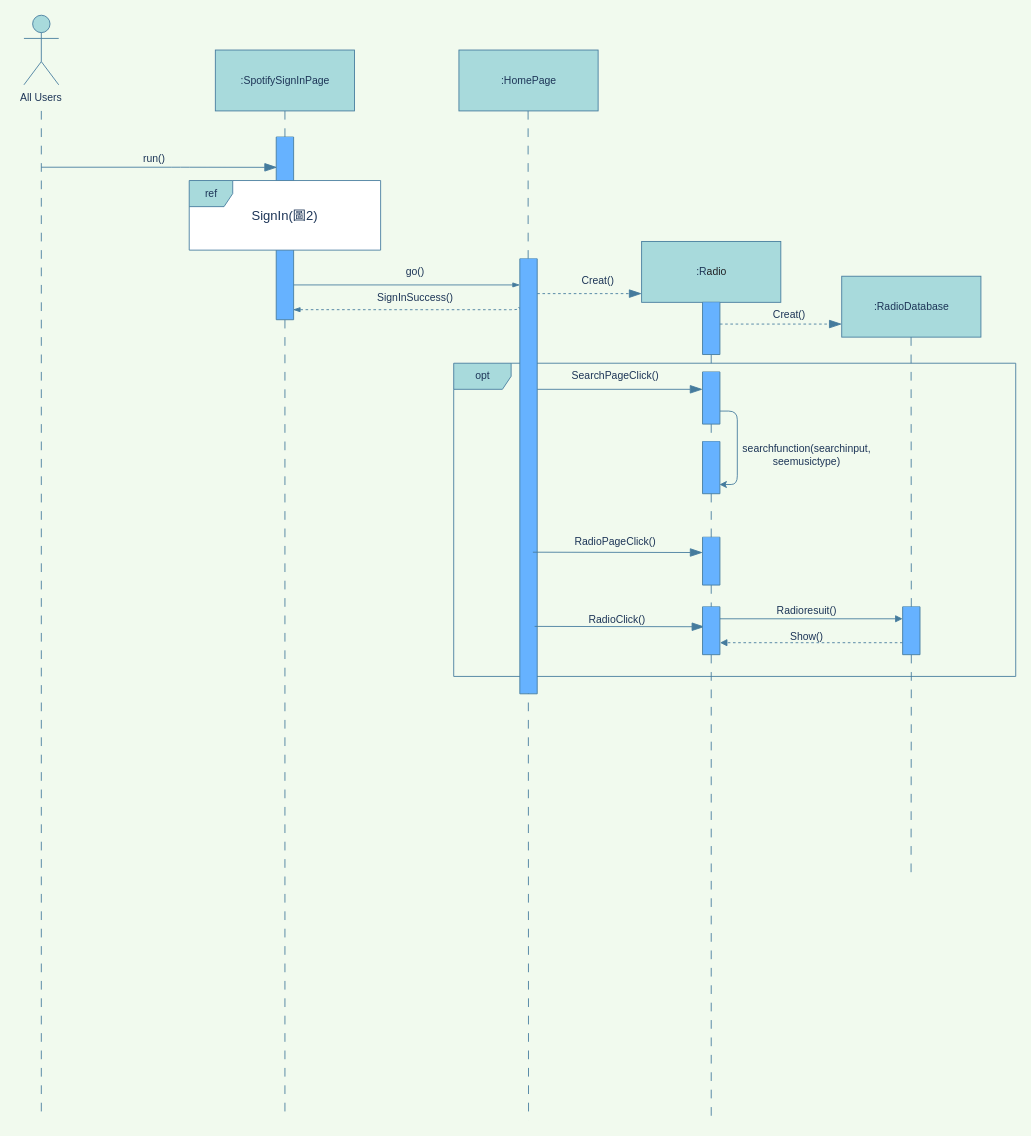
Earlier version of the draw.io diagram page "電台功能(圖7)" (9 of 12) of Sequential diagram.drawio (35596035/End-of-period-project). Source tidied: cells renumbered, new cells numbered last; positions are measured from the earlier drawing's top-left corner, leaving out a move shared by most shapes. Both pictures are drawn from the tidied source at 87%, with x=0, y=0 at pixel (15, 15).
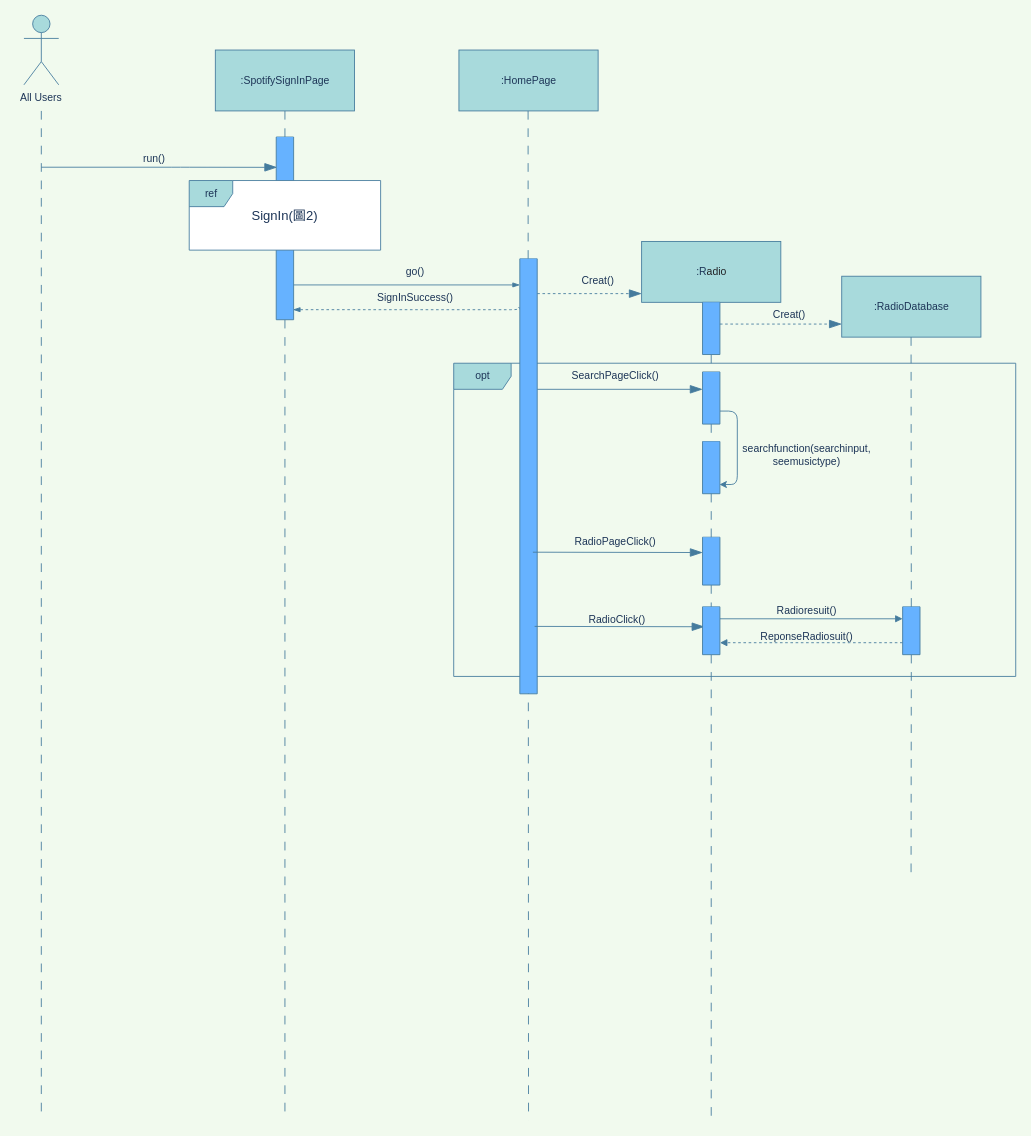
The same diagram, later.

Diff of the diagram source:
```diff
@@
-    <mxCell id="50" value="Show()" style="text;html=1;strokeColor=none;fillColor=none;align=center;verticalAlign=middle;whiteSpace=wrap;rounded=0;fontColor=#1D3557;" parent="1" vertex="1">
+    <mxCell id="50" value="ReponseRadiosuit()" style="text;html=1;strokeColor=none;fillColor=none;align=center;verticalAlign=middle;whiteSpace=wrap;rounded=0;fontColor=#1D3557;" parent="1" vertex="1">
       <mxGeometry x="880" y="700" width="60" height="30" as="geometry" />
     </mxCell>
```
